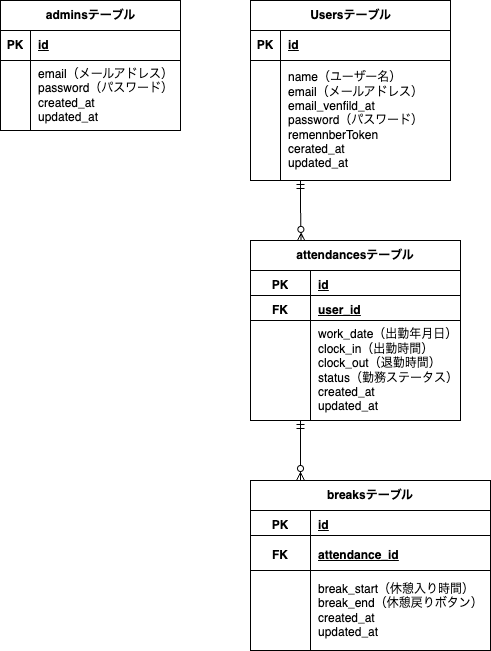
Before: .drawio.png, a diagram exported from draw.io (hide32ma/attendance_management). Source tidied: cells renumbered, new cells last; positions are measured from the earlier drawing's top-left corner, leaving out a move shared by most shapes.
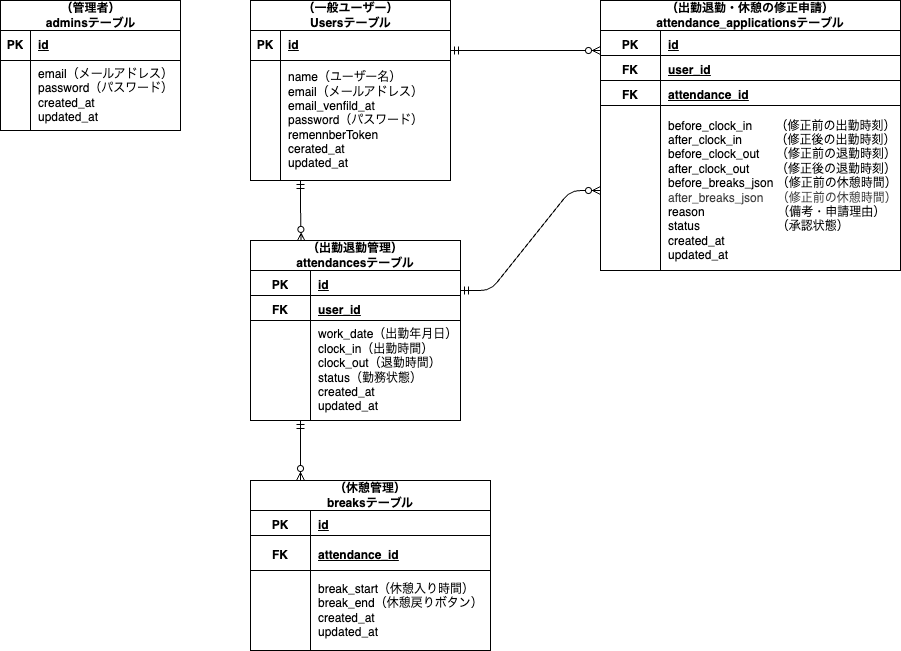
The same diagram one commit later.

The edit, as a diff of the source:
```diff
@@ -2,7 +2,7 @@
   <root>
     <mxCell id="0" />
     <mxCell id="1" parent="0" />
-    <mxCell id="2" value="Usersテーブル" style="shape=table;startSize=30;rowLines=0;fontStyle=1;align=center;html=1;strokeWidth=1;swimlaneLine=1;strokeColor=default;" parent="1" vertex="1">
+    <mxCell id="2" value="（一般ユーザー）&lt;div&gt;Usersテーブル&lt;/div&gt;" style="shape=table;startSize=30;rowLines=0;fontStyle=1;align=center;html=1;strokeWidth=1;swimlaneLine=1;strokeColor=default;" parent="1" vertex="1">
       <mxGeometry x="250" width="200" height="180" as="geometry" />
     </mxCell>
     <mxCell id="3" style="shape=tableRow;horizontal=0;startSize=0;swimlaneHead=0;swimlaneBody=0;fillColor=none;top=0;left=0;right=0;bottom=1;" parent="2" vertex="1">
@@ -23,7 +23,7 @@
     <mxCell id="8" value="name（ユーザー名）&lt;div&gt;email（メールアドレス）&lt;/div&gt;&lt;div&gt;email_venfild_at&lt;/div&gt;&lt;div&gt;password（パスワード）&lt;/div&gt;&lt;div&gt;remennberToken&lt;/div&gt;&lt;div&gt;cerated_at&lt;/div&gt;&lt;div&gt;updated_at&lt;/div&gt;" style="shape=partialRectangle;fillColor=none;top=0;left=0;bottom=0;right=0;align=left;spacingLeft=6;overflow=hidden;whiteSpace=wrap;html=1;" parent="6" vertex="1">
       <mxGeometry x="30" width="170" height="120" as="geometry" />
     </mxCell>
-    <mxCell id="9" value="adminsテーブル" style="shape=table;startSize=30;rowLines=0;fontStyle=1;align=center;html=1;" parent="1" vertex="1">
+    <mxCell id="9" value="（管理者）&lt;br&gt;adminsテーブル" style="shape=table;startSize=30;rowLines=0;fontStyle=1;align=center;html=1;" parent="1" vertex="1">
       <mxGeometry width="180" height="130" as="geometry" />
     </mxCell>
     <mxCell id="10" style="shape=tableRow;horizontal=0;startSize=0;swimlaneHead=0;swimlaneBody=0;fillColor=none;top=0;left=0;right=0;bottom=1;" parent="9" vertex="1">
@@ -52,7 +52,7 @@
         </Array>
       </mxGeometry>
     </mxCell>
-    <mxCell id="17" value="attendancesテーブル" style="shape=table;startSize=30;rowLines=0;fontStyle=1;align=center;html=1;whiteSpace=wrap;" parent="1" vertex="1">
+    <mxCell id="17" value="（出勤退勤管理）&lt;div&gt;attendancesテーブル&lt;/div&gt;" style="shape=table;startSize=30;rowLines=0;fontStyle=1;align=center;html=1;whiteSpace=wrap;" parent="1" vertex="1">
       <mxGeometry x="250" y="240" width="210" height="180" as="geometry" />
     </mxCell>
     <mxCell id="18" style="shape=tableRow;horizontal=0;startSize=0;swimlaneHead=0;swimlaneBody=0;fillColor=none;top=0;left=0;right=0;bottom=0;html=1;strokeColor=default;swimlaneLine=1;" parent="17" vertex="1">
@@ -79,7 +79,7 @@
     <mxCell id="25" style="shape=partialRectangle;fillColor=none;top=0;left=0;bottom=0;right=0;overflow=hidden;html=1;whiteSpace=wrap;" parent="24" vertex="1">
       <mxGeometry width="60" height="100" as="geometry" />
     </mxCell>
-    <mxCell id="26" value="work_date（出勤年月日）&lt;div&gt;clock_in（出勤時間）&lt;/div&gt;&lt;div&gt;clock_out（退勤時間）&lt;/div&gt;&lt;div&gt;status（勤務ステータス）&lt;/div&gt;&lt;div&gt;created_at&lt;/div&gt;&lt;div&gt;updated_at&lt;/div&gt;" style="shape=partialRectangle;fillColor=none;top=0;left=0;bottom=0;right=0;align=left;spacingLeft=6;overflow=hidden;html=1;whiteSpace=wrap;" parent="24" vertex="1">
+    <mxCell id="26" value="work_date（出勤年月日）&lt;div&gt;clock_in（出勤時間）&lt;/div&gt;&lt;div&gt;clock_out（退勤時間）&lt;/div&gt;&lt;div&gt;status（勤務状態）&lt;/div&gt;&lt;div&gt;created_at&lt;/div&gt;&lt;div&gt;updated_at&lt;/div&gt;" style="shape=partialRectangle;fillColor=none;top=0;left=0;bottom=0;right=0;align=left;spacingLeft=6;overflow=hidden;html=1;whiteSpace=wrap;" parent="24" vertex="1">
       <mxGeometry x="60" width="150" height="100" as="geometry" />
     </mxCell>
     <mxCell id="27" style="line;strokeWidth=1;dashed=0;labelPosition=right;align=left;verticalAlign=middle;spacingTop=0;spacingLeft=6;" parent="1" vertex="1">
@@ -91,7 +91,7 @@
         <mxPoint x="300" y="480" as="targetPoint" />
       </mxGeometry>
     </mxCell>
-    <mxCell id="29" value="breaksテーブル" style="shape=table;startSize=30;rowLines=0;fontStyle=1;align=center;html=1;whiteSpace=wrap;" parent="1" vertex="1">
+    <mxCell id="29" value="（休憩管理）&lt;div&gt;breaksテーブル&lt;/div&gt;" style="shape=table;startSize=30;rowLines=0;fontStyle=1;align=center;html=1;whiteSpace=wrap;" parent="1" vertex="1">
       <mxGeometry x="250" y="480" width="240" height="170" as="geometry" />
     </mxCell>
     <mxCell id="30" style="shape=tableRow;horizontal=0;startSize=0;swimlaneHead=0;swimlaneBody=0;fillColor=none;top=0;left=0;right=0;bottom=0;html=1;" parent="29" vertex="1">
@@ -124,5 +124,64 @@
     <mxCell id="39" style="line;strokeWidth=1;dashed=0;labelPosition=right;align=left;verticalAlign=middle;spacingTop=0;spacingLeft=6;" parent="1" vertex="1">
       <mxGeometry x="250" y="530" width="240" height="10" as="geometry" />
     </mxCell>
+    <mxCell id="40" value="（出勤退勤・休憩の修正申請）attendance_applicationsテーブル" style="shape=table;startSize=30;rowLines=0;fontStyle=1;align=center;html=1;whiteSpace=wrap;" parent="1" vertex="1">
+      <mxGeometry x="600" width="300" height="270" as="geometry" />
+    </mxCell>
+    <mxCell id="41" style="shape=tableRow;horizontal=0;startSize=0;swimlaneHead=0;swimlaneBody=0;fillColor=none;top=0;left=0;right=0;bottom=0;html=1;" parent="40" vertex="1">
+      <mxGeometry y="30" width="300" height="30" as="geometry" />
+    </mxCell>
+    <mxCell id="42" value="PK" style="shape=partialRectangle;fillColor=none;top=0;left=0;bottom=0;right=0;fontStyle=1;overflow=hidden;html=1;whiteSpace=wrap;" parent="41" vertex="1">
+      <mxGeometry width="60" height="30" as="geometry" />
+    </mxCell>
+    <mxCell id="43" value="id" style="shape=partialRectangle;fillColor=none;top=0;left=0;bottom=0;right=0;align=left;spacingLeft=6;fontStyle=5;overflow=hidden;html=1;whiteSpace=wrap;" parent="41" vertex="1">
+      <mxGeometry x="60" width="240" height="30" as="geometry" />
+    </mxCell>
+    <mxCell id="44" style="shape=tableRow;horizontal=0;startSize=0;swimlaneHead=0;swimlaneBody=0;fillColor=none;top=0;left=0;right=0;bottom=1;html=1;" parent="40" vertex="1">
+      <mxGeometry y="60" width="300" height="20" as="geometry" />
+    </mxCell>
+    <mxCell id="45" value="FK" style="shape=partialRectangle;fillColor=none;top=0;left=0;bottom=0;right=0;fontStyle=1;overflow=hidden;html=1;whiteSpace=wrap;" parent="44" vertex="1">
+      <mxGeometry width="60" height="20" as="geometry" />
+    </mxCell>
+    <mxCell id="46" value="user_id" style="shape=partialRectangle;fillColor=none;top=0;left=0;bottom=0;right=0;align=left;spacingLeft=6;fontStyle=5;overflow=hidden;html=1;whiteSpace=wrap;" parent="44" vertex="1">
+      <mxGeometry x="60" width="240" height="20" as="geometry" />
+    </mxCell>
+    <mxCell id="47" style="shape=tableRow;horizontal=0;startSize=0;swimlaneHead=0;swimlaneBody=0;fillColor=none;top=0;left=0;right=0;bottom=0;html=1;" parent="40" vertex="1">
+      <mxGeometry y="80" width="300" height="30" as="geometry" />
+    </mxCell>
+    <mxCell id="48" value="&lt;span&gt;FK&lt;/span&gt;" style="shape=partialRectangle;fillColor=none;top=0;left=0;bottom=0;right=0;overflow=hidden;html=1;whiteSpace=wrap;fontStyle=1;" parent="47" vertex="1">
+      <mxGeometry width="60" height="30" as="geometry" />
+    </mxCell>
+    <mxCell id="49" value="&lt;span&gt;attendance_id&lt;/span&gt;" style="shape=partialRectangle;fillColor=none;top=0;left=0;bottom=0;right=0;align=left;spacingLeft=6;overflow=hidden;html=1;whiteSpace=wrap;fontStyle=5;" parent="47" vertex="1">
+      <mxGeometry x="60" width="240" height="30" as="geometry" />
+    </mxCell>
+    <mxCell id="50" style="shape=tableRow;horizontal=0;startSize=0;swimlaneHead=0;swimlaneBody=0;fillColor=none;points=[[0,0.5],[1,0.5]];portConstraint=eastwest;top=0;left=0;right=0;bottom=0;html=1;" parent="40" vertex="1">
+      <mxGeometry y="110" width="300" height="160" as="geometry" />
+    </mxCell>
+    <mxCell id="51" style="shape=partialRectangle;fillColor=none;top=0;left=0;bottom=0;right=0;overflow=hidden;html=1;whiteSpace=wrap;" parent="50" vertex="1">
+      <mxGeometry width="60" height="160" as="geometry" />
+    </mxCell>
+    <mxCell id="52" value="before_clock_in&amp;nbsp; &amp;nbsp; &amp;nbsp; &amp;nbsp;（修正前の出勤時刻）&lt;div&gt;after_clock_in&amp;nbsp; &amp;nbsp; &amp;nbsp; &amp;nbsp; &amp;nbsp; （修正後の出勤時刻）&lt;/div&gt;&lt;div&gt;&lt;span style=&quot;color: rgb(0, 0, 0);&quot;&gt;before_clock_out&amp;nbsp; &amp;nbsp; &amp;nbsp;（修正前の退勤時刻）&lt;/span&gt;&lt;div&gt;after_clock_out&amp;nbsp; &amp;nbsp; &amp;nbsp; &amp;nbsp; （修正後の退勤時刻）&lt;/div&gt;&lt;div&gt;before_breaks_json （修正前の休憩時間）&lt;/div&gt;&lt;div&gt;&lt;span style=&quot;color: rgb(63, 63, 63);&quot;&gt;after_breaks_json&amp;nbsp; &amp;nbsp; （修正前の休憩時間）&lt;/span&gt;&lt;/div&gt;&lt;div&gt;reason&amp;nbsp; &amp;nbsp; &amp;nbsp; &amp;nbsp; &amp;nbsp; &amp;nbsp; &amp;nbsp; &amp;nbsp; &amp;nbsp; &amp;nbsp; 　（備考・申請理由）&lt;/div&gt;&lt;/div&gt;&lt;div&gt;status&amp;nbsp; &amp;nbsp; &amp;nbsp; &amp;nbsp; &amp;nbsp; &amp;nbsp; &amp;nbsp; &amp;nbsp; &amp;nbsp; &amp;nbsp; &amp;nbsp; &amp;nbsp;（承認状態）&lt;/div&gt;&lt;div&gt;created_at&lt;/div&gt;&lt;div&gt;updated_at&lt;/div&gt;" style="shape=partialRectangle;fillColor=none;top=0;left=0;bottom=0;right=0;align=left;spacingLeft=6;overflow=hidden;html=1;whiteSpace=wrap;" parent="50" vertex="1">
+      <mxGeometry x="60" width="240" height="160" as="geometry" />
+    </mxCell>
+    <mxCell id="53" style="line;strokeWidth=1;dashed=0;labelPosition=right;align=left;verticalAlign=middle;spacingTop=0;spacingLeft=6;" parent="1" vertex="1">
+      <mxGeometry x="600" y="50" width="300" height="10" as="geometry" />
+    </mxCell>
+    <mxCell id="54" style="line;strokeWidth=1;dashed=0;labelPosition=right;align=left;verticalAlign=middle;spacingTop=0;spacingLeft=6;" parent="1" vertex="1">
+      <mxGeometry x="600" y="100" width="300" height="10" as="geometry" />
+    </mxCell>
+    <mxCell id="55" style="fontSize=12;html=1;endArrow=ERzeroToMany;startArrow=ERmandOne;" parent="1" edge="1">
+      <mxGeometry relative="1" as="geometry">
+        <mxPoint x="450" y="50" as="sourcePoint" />
+        <mxPoint x="600" y="50" as="targetPoint" />
+      </mxGeometry>
+    </mxCell>
+    <mxCell id="56" style="edgeStyle=entityRelationEdgeStyle;fontSize=12;html=1;endArrow=ERzeroToMany;startArrow=ERmandOne;entryX=0;entryY=0.5;entryDx=0;entryDy=0;" parent="1" edge="1" target="50">
+      <mxGeometry relative="1" as="geometry">
+        <mxPoint x="460" y="290" as="sourcePoint" />
+        <Array as="points">
+          <mxPoint x="550" y="250" />
+        </Array>
+      </mxGeometry>
+    </mxCell>
   </root>
 </mxGraphModel>
```
